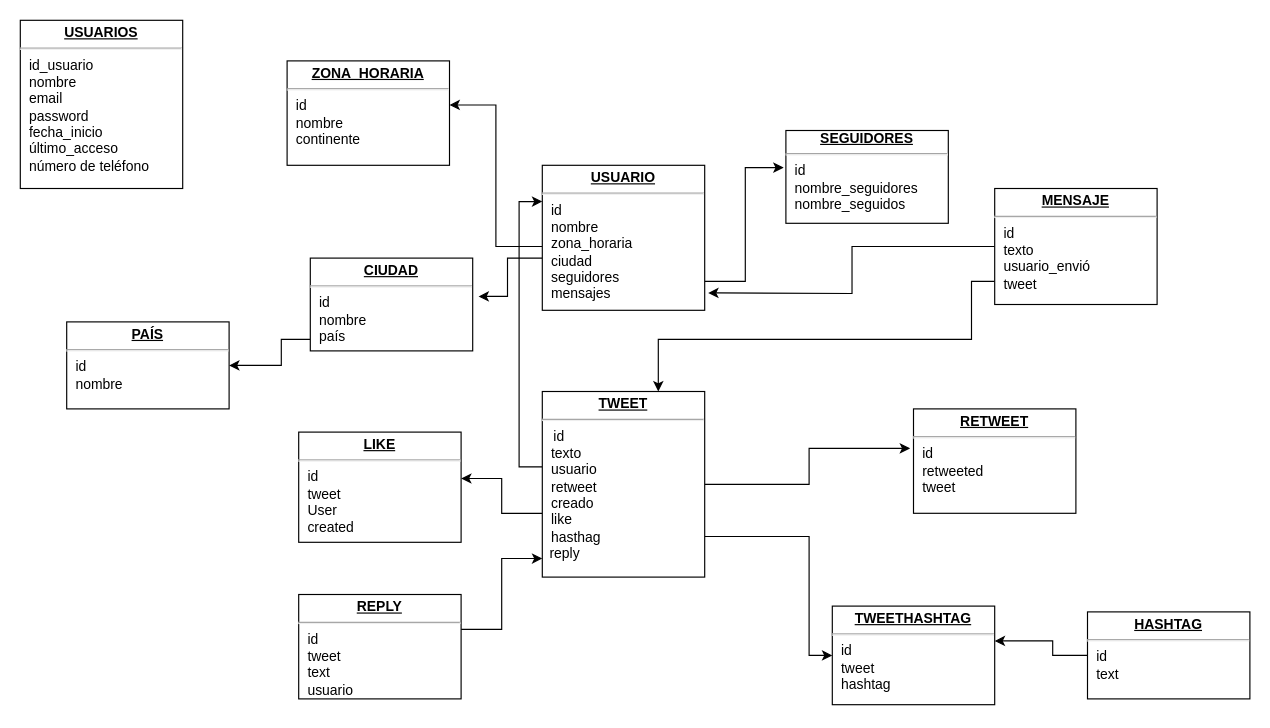
This is Copy of Untitled Diagram.drawio from EvaAnalytics/Images, a draw.io file, before an edit. Source tidied: cells renumbered, new cells numbered last; positions are measured from the earlier drawing's top-left corner, leaving out a move shared by most shapes. Both pictures are drawn from the tidied source at 116%, with x=0, y=0 at pixel (20, 20).
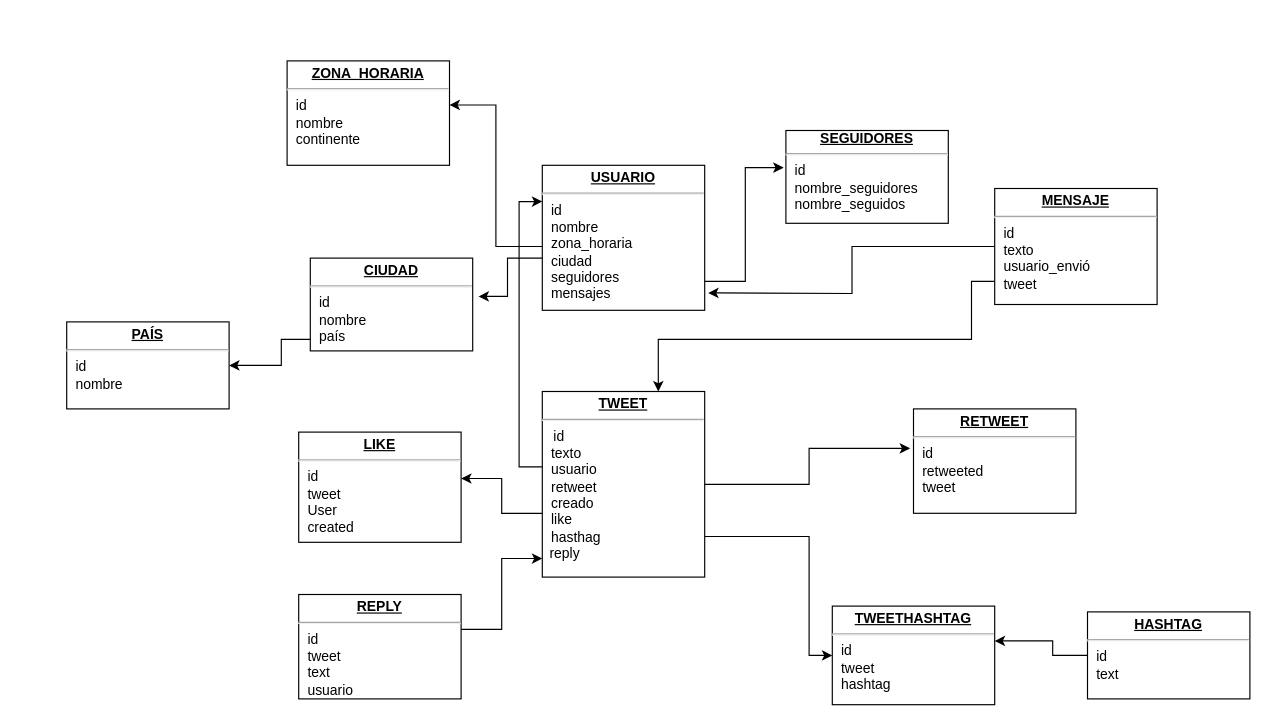
After the change.

What changed in the source:
```diff
@@
-    <mxCell id="2" value="&lt;p style=&quot;margin: 0px ; margin-top: 4px ; text-align: center ; text-decoration: underline&quot;&gt;&lt;b&gt;USUARIOS&lt;/b&gt;&lt;br&gt;&lt;/p&gt;&lt;hr&gt;&lt;p style=&quot;margin: 0px ; margin-left: 8px&quot;&gt;id_usuario&lt;br&gt;nombre&lt;br&gt;email&lt;/p&gt;&lt;p style=&quot;margin: 0px ; margin-left: 8px&quot;&gt;password&lt;br&gt;&lt;/p&gt;&lt;p style=&quot;margin: 0px ; margin-left: 8px&quot;&gt;fecha_inicio&lt;br&gt;&lt;/p&gt;&lt;p style=&quot;margin: 0px ; margin-left: 8px&quot;&gt;último_acceso&lt;/p&gt;&lt;p style=&quot;margin: 0px ; margin-left: 8px&quot;&gt;número de teléfono&lt;br&gt;&lt;/p&gt;&lt;p style=&quot;margin: 0px ; margin-left: 8px&quot;&gt;&lt;br&gt;&lt;/p&gt;" style="verticalAlign=top;align=left;overflow=fill;fontSize=12;fontFamily=Helvetica;html=1;rounded=0;shadow=0;comic=0;labelBackgroundColor=none;strokeWidth=1;" parent="1" vertex="1">
-      <mxGeometry width="140" height="145" as="geometry" />
-    </mxCell>
```
